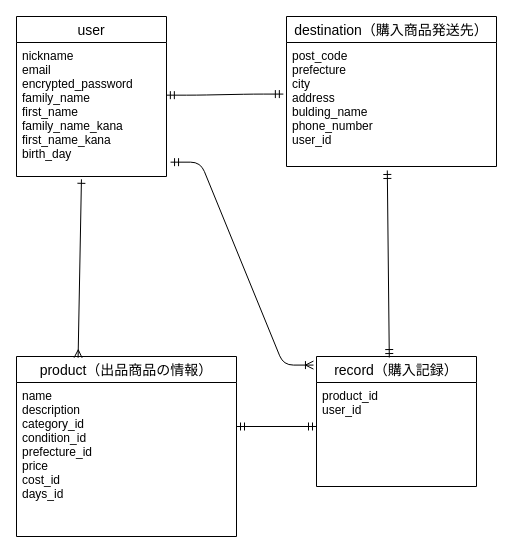
Above: furima.dio in s05098st/furima-34004 (draw.io), before the change. Source tidied: cells renumbered, new cells numbered last; positions are measured from the earlier drawing's top-left corner, leaving out a move shared by most shapes. Both pictures are drawn from the tidied source at 100%, with x=0, y=0 at pixel (16, 16).
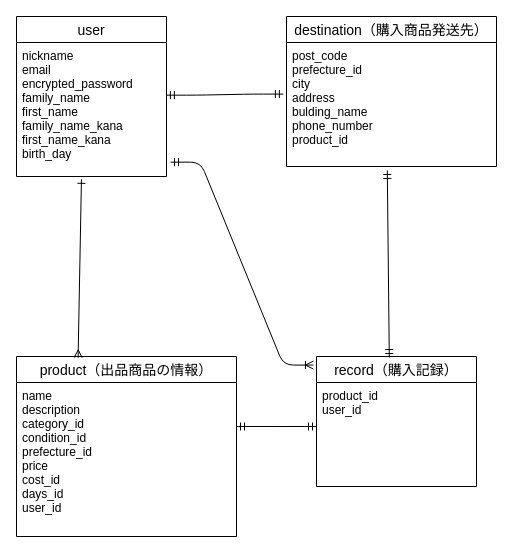
Above is the later version.

Commit message (it also covers changes not shown here):
README及びER図ご指摘箇所修正

What changed in the source:
```diff
@@
 <mxGraphModel>
   <root>
     <mxCell id="0" />
     <mxCell id="1" parent="0" />
     <mxCell id="2" value="user" style="swimlane;fontStyle=0;horizontal=1;startSize=26;align=center;fontSize=14;" parent="1" vertex="1">
       <mxGeometry width="150" height="160" as="geometry" />
     </mxCell>
     <mxCell id="3" value="nickname&#10;email&#10;encrypted_password&#10;family_name&#10;first_name&#10;family_name_kana&#10;first_name_kana&#10;birth_day&#10;" style="text;strokeColor=none;fillColor=none;spacingLeft=4;spacingRight=4;overflow=hidden;points=[[0,0.5],[1,0.5]];portConstraint=eastwest;fontSize=12;" parent="2" vertex="1">
       <mxGeometry y="26" width="150" height="134" as="geometry" />
     </mxCell>
     <mxCell id="4" value="product（出品商品の情報）" style="swimlane;fontStyle=0;horizontal=1;startSize=26;align=center;fontSize=14;" parent="1" vertex="1">
       <mxGeometry y="340" width="220" height="180" as="geometry" />
     </mxCell>
-    <mxCell id="5" value="name&#10;description&#10;category_id&#10;condition_id&#10;prefecture_id&#10;price&#10;cost_id&#10;days_id&#10;" style="text;strokeColor=none;fillColor=none;spacingLeft=4;spacingRight=4;overflow=hidden;fontSize=12;" parent="4" vertex="1">
+    <mxCell id="5" value="name&#10;description&#10;category_id&#10;condition_id&#10;prefecture_id&#10;price&#10;cost_id&#10;days_id&#10;user_id&#10;" style="text;strokeColor=none;fillColor=none;spacingLeft=4;spacingRight=4;overflow=hidden;fontSize=12;" parent="4" vertex="1">
       <mxGeometry y="26" width="220" height="154" as="geometry" />
     </mxCell>
     <mxCell id="6" value="destination（購入商品発送先）" style="swimlane;fontStyle=0;horizontal=1;startSize=26;align=center;fontSize=14;" parent="1" vertex="1">
       <mxGeometry x="270" width="210" height="150" as="geometry" />
     </mxCell>
-    <mxCell id="7" value="post_code&#10;prefecture&#10;city&#10;address&#10;bulding_name&#10;phone_number&#10;user_id&#10;" style="text;strokeColor=none;fillColor=none;spacingLeft=4;spacingRight=4;overflow=hidden;points=[[0,0.5],[1,0.5]];portConstraint=eastwest;fontSize=12;" parent="6" vertex="1">
+    <mxCell id="7" value="post_code&#10;prefecture_id&#10;city&#10;address&#10;bulding_name&#10;phone_number&#10;product_id&#10;" style="text;strokeColor=none;fillColor=none;spacingLeft=4;spacingRight=4;overflow=hidden;points=[[0,0.5],[1,0.5]];portConstraint=eastwest;fontSize=12;" parent="6" vertex="1">
       <mxGeometry y="26" width="210" height="124" as="geometry" />
     </mxCell>
     <mxCell id="8" value="record（購入記録）" style="swimlane;fontStyle=0;horizontal=1;startSize=26;align=center;fontSize=14;" parent="1" vertex="1">
       <mxGeometry x="300" y="340" width="160" height="130" as="geometry" />
     </mxCell>
     <mxCell id="9" value="product_id&#10;user_id" style="text;strokeColor=none;fillColor=none;spacingLeft=4;spacingRight=4;overflow=hidden;points=[[0,0.5],[1,0.5]];portConstraint=eastwest;fontSize=12;" parent="8" vertex="1">
       <mxGeometry y="26" width="160" height="104" as="geometry" />
     </mxCell>
     <mxCell id="10" style="edgeStyle=entityRelationEdgeStyle;fontSize=12;html=1;endArrow=ERmandOne;startArrow=ERmandOne;entryX=-0.015;entryY=0.416;entryDx=0;entryDy=0;entryPerimeter=0;exitX=0.999;exitY=0.393;exitDx=0;exitDy=0;exitPerimeter=0;" parent="1" edge="1" source="3" target="7">
       <mxGeometry relative="1" as="geometry" />
     </mxCell>
     <mxCell id="11" style="endArrow=ERmany;html=1;rounded=0;exitX=0.433;exitY=1.021;exitDx=0;exitDy=0;exitPerimeter=0;startArrow=ERone;startFill=0;entryX=0.28;entryY=0.007;entryDx=0;entryDy=0;entryPerimeter=0;endFill=0;" parent="1" edge="1" source="3" target="4">
       <mxGeometry relative="1" as="geometry" />
     </mxCell>
     <mxCell id="12" style="edgeStyle=entityRelationEdgeStyle;fontSize=12;html=1;endArrow=ERmandOne;startArrow=ERmandOne;entryX=0;entryY=0.423;entryDx=0;entryDy=0;entryPerimeter=0;" parent="1" edge="1" target="9">
       <mxGeometry relative="1" as="geometry">
         <mxPoint x="220" y="410" as="sourcePoint" />
       </mxGeometry>
     </mxCell>
     <mxCell id="13" style="endArrow=ERmandOne;html=1;rounded=0;exitX=0.48;exitY=1.032;exitDx=0;exitDy=0;exitPerimeter=0;startArrow=ERmandOne;startFill=0;endFill=0;entryX=0.455;entryY=0.008;entryDx=0;entryDy=0;entryPerimeter=0;" parent="1" edge="1" source="7" target="8">
       <mxGeometry relative="1" as="geometry" />
     </mxCell>
     <mxCell id="14" style="endArrow=none;html=1;rounded=0;" parent="1" edge="1">
       <mxGeometry relative="1" as="geometry">
         <mxPoint x="230" y="410" as="sourcePoint" />
         <mxPoint x="300" y="410" as="targetPoint" />
       </mxGeometry>
     </mxCell>
     <mxCell id="15" style="edgeStyle=entityRelationEdgeStyle;fontSize=12;html=1;endArrow=ERoneToMany;startArrow=ERmandOne;exitX=1.027;exitY=0.893;exitDx=0;exitDy=0;exitPerimeter=0;entryX=-0.019;entryY=0.066;entryDx=0;entryDy=0;entryPerimeter=0;" parent="1" edge="1" source="3" target="8">
       <mxGeometry relative="1" as="geometry" />
     </mxCell>
   </root>
 </mxGraphModel>
```
